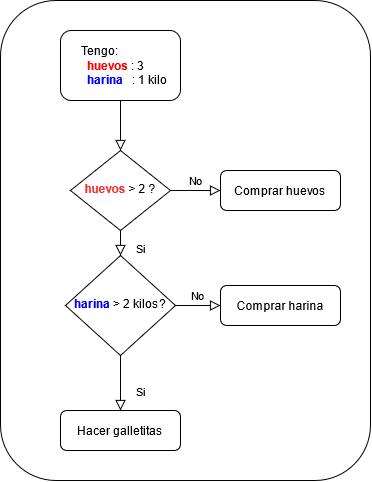
Above: assets/cookies-algoritm.png in coderhood-dev/academy (draw.io), before the change. Source tidied: cells renumbered, new cells last; positions are measured from the earlier drawing's top-left corner, leaving out a move shared by most shapes. Its diagram source:
```xml
<mxGraphModel>
  <root>
    <mxCell id="0" />
    <mxCell id="1" parent="0" />
    <mxCell id="2" style="rounded=1;whiteSpace=wrap;html=1;" parent="1" vertex="1">
      <mxGeometry width="370" height="480" as="geometry" />
    </mxCell>
    <mxCell id="3" style="rounded=0;html=1;jettySize=auto;fontSize=11;endArrow=block;endFill=0;endSize=8;strokeWidth=1;shadow=0;labelBackgroundColor=none;edgeStyle=orthogonalEdgeStyle;" parent="1" edge="1" source="4" target="7">
      <mxGeometry relative="1" as="geometry" />
    </mxCell>
    <mxCell id="4" value="&lt;div&gt;Tengo: &lt;br&gt;&lt;/div&gt;&lt;div&gt;&amp;nbsp; &lt;font color=&quot;#FF0000&quot;&gt;&lt;b&gt;huevos &lt;/b&gt;&lt;/font&gt;: 3&lt;/div&gt;&lt;div&gt;&amp;nbsp; &lt;b&gt;&lt;font color=&quot;#0000FF&quot;&gt;harina&amp;nbsp;&amp;nbsp; &lt;/font&gt;&lt;/b&gt;: 1 kilo&lt;br&gt;&lt;/div&gt;" style="rounded=1;whiteSpace=wrap;html=1;fontSize=12;glass=0;strokeWidth=1;shadow=0;align=left;spacingRight=0;spacingLeft=19;" parent="1" vertex="1">
      <mxGeometry x="60" y="30" width="120" height="70" as="geometry" />
    </mxCell>
    <mxCell id="5" value="Si" style="rounded=0;html=1;jettySize=auto;fontSize=11;endArrow=block;endFill=0;endSize=8;strokeWidth=1;shadow=0;labelBackgroundColor=none;edgeStyle=orthogonalEdgeStyle;" parent="1" edge="1" source="7">
      <mxGeometry x="0.45" y="20" relative="1" as="geometry">
        <mxPoint x="120" y="255" as="targetPoint" />
        <Array as="points">
          <mxPoint x="120" y="240" />
          <mxPoint x="120" y="240" />
        </Array>
      </mxGeometry>
    </mxCell>
    <mxCell id="6" value="No" style="edgeStyle=orthogonalEdgeStyle;rounded=0;html=1;jettySize=auto;fontSize=11;endArrow=block;endFill=0;endSize=8;strokeWidth=1;shadow=0;labelBackgroundColor=none;" parent="1" edge="1" source="7" target="8">
      <mxGeometry y="10" relative="1" as="geometry" />
    </mxCell>
    <mxCell id="7" value="&lt;b&gt;&lt;font color=&quot;#FF3333&quot;&gt;huevos &lt;/font&gt;&lt;/b&gt;&amp;gt; 2 ?" style="rhombus;whiteSpace=wrap;html=1;shadow=0;fontFamily=Helvetica;fontSize=12;align=center;strokeWidth=1;spacing=6;spacingTop=-4;" parent="1" vertex="1">
      <mxGeometry x="70" y="150" width="100" height="80" as="geometry" />
    </mxCell>
    <mxCell id="8" value="Comprar huevos" style="rounded=1;whiteSpace=wrap;html=1;fontSize=12;glass=0;strokeWidth=1;shadow=0;" parent="1" vertex="1">
      <mxGeometry x="220" y="170" width="120" height="40" as="geometry" />
    </mxCell>
    <mxCell id="9" value="Si" style="rounded=0;html=1;jettySize=auto;fontSize=11;endArrow=block;endFill=0;endSize=8;strokeWidth=1;shadow=0;labelBackgroundColor=none;edgeStyle=orthogonalEdgeStyle;" parent="1" edge="1" source="11" target="12">
      <mxGeometry x="0.33" y="20" relative="1" as="geometry" />
    </mxCell>
    <mxCell id="10" value="No" style="edgeStyle=orthogonalEdgeStyle;rounded=0;html=1;jettySize=auto;fontSize=11;endArrow=block;endFill=0;endSize=8;strokeWidth=1;shadow=0;labelBackgroundColor=none;" parent="1" edge="1" source="11" target="13">
      <mxGeometry y="10" relative="1" as="geometry" />
    </mxCell>
    <mxCell id="11" value="&lt;b&gt;&lt;font color=&quot;#0000FF&quot;&gt;harina &lt;/font&gt;&lt;/b&gt;&amp;gt; 2 kilos?" style="rhombus;whiteSpace=wrap;html=1;shadow=0;fontFamily=Helvetica;fontSize=12;align=center;strokeWidth=1;spacing=6;spacingTop=-4;" parent="1" vertex="1">
      <mxGeometry x="65" y="255" width="110" height="100" as="geometry" />
    </mxCell>
    <mxCell id="12" value="Hacer galletitas" style="rounded=1;whiteSpace=wrap;html=1;fontSize=12;glass=0;strokeWidth=1;shadow=0;" parent="1" vertex="1">
      <mxGeometry x="60" y="410" width="120" height="40" as="geometry" />
    </mxCell>
    <mxCell id="13" value="Comprar harina" style="rounded=1;whiteSpace=wrap;html=1;fontSize=12;glass=0;strokeWidth=1;shadow=0;" parent="1" vertex="1">
      <mxGeometry x="220" y="285" width="120" height="40" as="geometry" />
    </mxCell>
  </root>
</mxGraphModel>
```
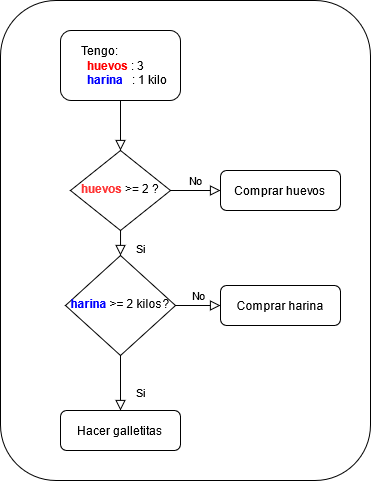
After the commit.

Commit message:
imported images from fundamentos-1 replaced <img> with <Image/> added CodeSandbox link fixed exercises titles fixed cookies-algoritm conditionals

The edit, as a diff of the source:
```diff
@@ -23,7 +23,7 @@
     <mxCell id="6" value="No" style="edgeStyle=orthogonalEdgeStyle;rounded=0;html=1;jettySize=auto;fontSize=11;endArrow=block;endFill=0;endSize=8;strokeWidth=1;shadow=0;labelBackgroundColor=none;" parent="1" edge="1" source="7" target="8">
       <mxGeometry y="10" relative="1" as="geometry" />
     </mxCell>
-    <mxCell id="7" value="&lt;b&gt;&lt;font color=&quot;#FF3333&quot;&gt;huevos &lt;/font&gt;&lt;/b&gt;&amp;gt; 2 ?" style="rhombus;whiteSpace=wrap;html=1;shadow=0;fontFamily=Helvetica;fontSize=12;align=center;strokeWidth=1;spacing=6;spacingTop=-4;" parent="1" vertex="1">
+    <mxCell id="7" value="&lt;b&gt;&lt;font color=&quot;#FF3333&quot;&gt;huevos &lt;/font&gt;&lt;/b&gt;&amp;gt;= 2 ?" style="rhombus;whiteSpace=wrap;html=1;shadow=0;fontFamily=Helvetica;fontSize=12;align=center;strokeWidth=1;spacing=6;spacingTop=-4;" parent="1" vertex="1">
       <mxGeometry x="70" y="150" width="100" height="80" as="geometry" />
     </mxCell>
     <mxCell id="8" value="Comprar huevos" style="rounded=1;whiteSpace=wrap;html=1;fontSize=12;glass=0;strokeWidth=1;shadow=0;" parent="1" vertex="1">
@@ -35,7 +35,7 @@
     <mxCell id="10" value="No" style="edgeStyle=orthogonalEdgeStyle;rounded=0;html=1;jettySize=auto;fontSize=11;endArrow=block;endFill=0;endSize=8;strokeWidth=1;shadow=0;labelBackgroundColor=none;" parent="1" edge="1" source="11" target="13">
       <mxGeometry y="10" relative="1" as="geometry" />
     </mxCell>
-    <mxCell id="11" value="&lt;b&gt;&lt;font color=&quot;#0000FF&quot;&gt;harina &lt;/font&gt;&lt;/b&gt;&amp;gt; 2 kilos?" style="rhombus;whiteSpace=wrap;html=1;shadow=0;fontFamily=Helvetica;fontSize=12;align=center;strokeWidth=1;spacing=6;spacingTop=-4;" parent="1" vertex="1">
+    <mxCell id="11" value="&lt;b&gt;&lt;font color=&quot;#0000FF&quot;&gt;harina &lt;/font&gt;&lt;/b&gt;&amp;gt;= 2 kilos?" style="rhombus;whiteSpace=wrap;html=1;shadow=0;fontFamily=Helvetica;fontSize=12;align=center;strokeWidth=1;spacing=6;spacingTop=-4;" parent="1" vertex="1">
       <mxGeometry x="65" y="255" width="110" height="100" as="geometry" />
     </mxCell>
     <mxCell id="12" value="Hacer galletitas" style="rounded=1;whiteSpace=wrap;html=1;fontSize=12;glass=0;strokeWidth=1;shadow=0;" parent="1" vertex="1">
```
